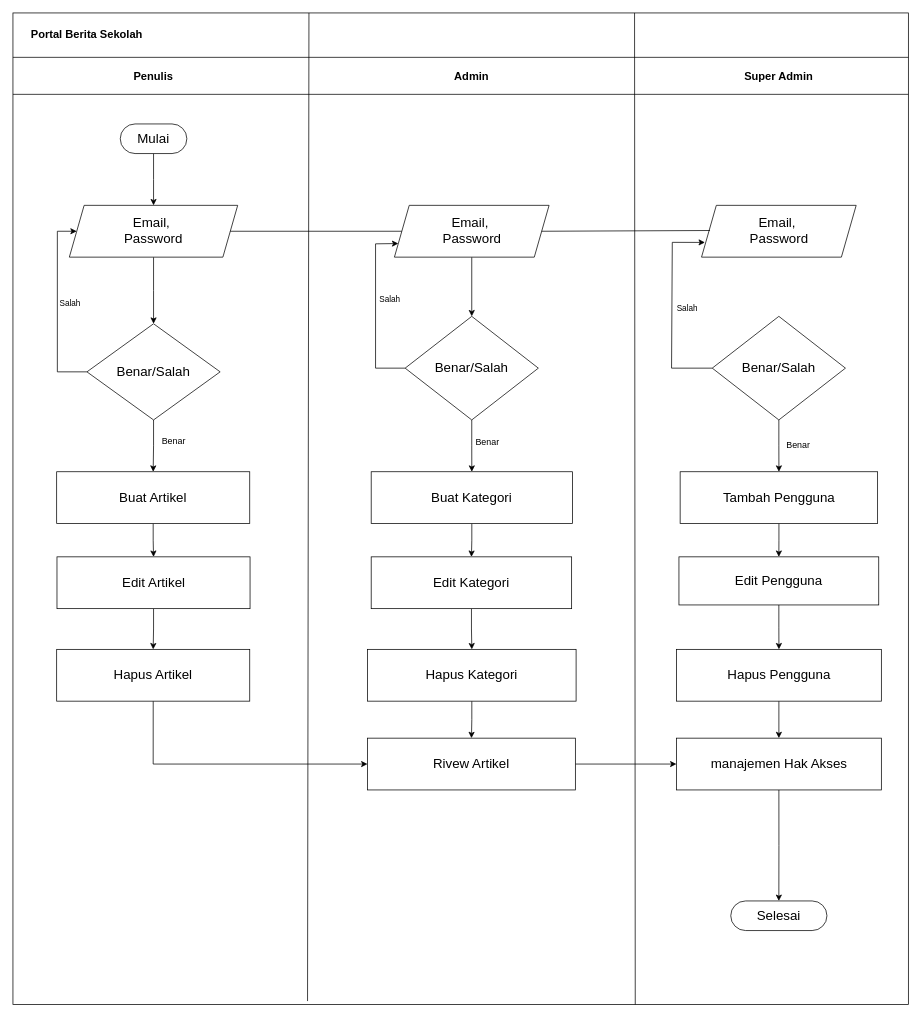
agungsaraswati/UML keeps this draw.io diagram as Untitled Diagram.drawio. Above is the earlier version. Source tidied: cells renumbered, new cells numbered last; positions are measured from the earlier drawing's top-left corner, leaving out a move shared by most shapes. Both pictures are drawn from the tidied source at 74%, with x=0, y=0 at pixel (13, 13).
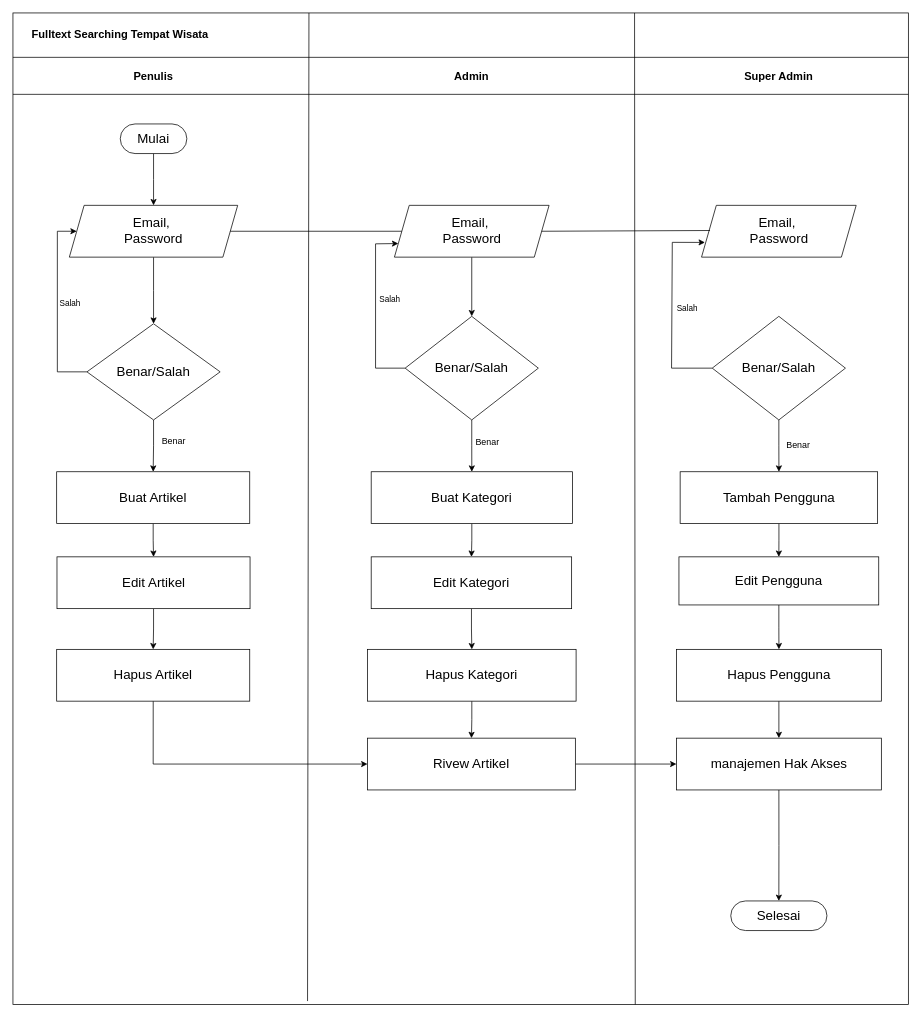
The same page after the edit.

What changed in the source:
```diff
@@
-    <mxCell id="12" value="&lt;span style=&quot;font-size: 15px;&quot;&gt;Portal Berita Sekolah&lt;/span&gt;" style="text;html=1;align=center;verticalAlign=middle;whiteSpace=wrap;rounded=0;fontStyle=1;" parent="1" vertex="1">
-      <mxGeometry x="10" y="14" width="180" height="30" as="geometry" />
+    <mxCell id="12" value="&lt;span style=&quot;font-size: 15px;&quot;&gt;Fulltext Searching Tempat Wisata&lt;/span&gt;" style="text;html=1;align=center;verticalAlign=middle;whiteSpace=wrap;rounded=0;fontStyle=1;" parent="1" vertex="1">
+      <mxGeometry x="10" y="14" width="270" height="30" as="geometry" />
     </mxCell>
```
